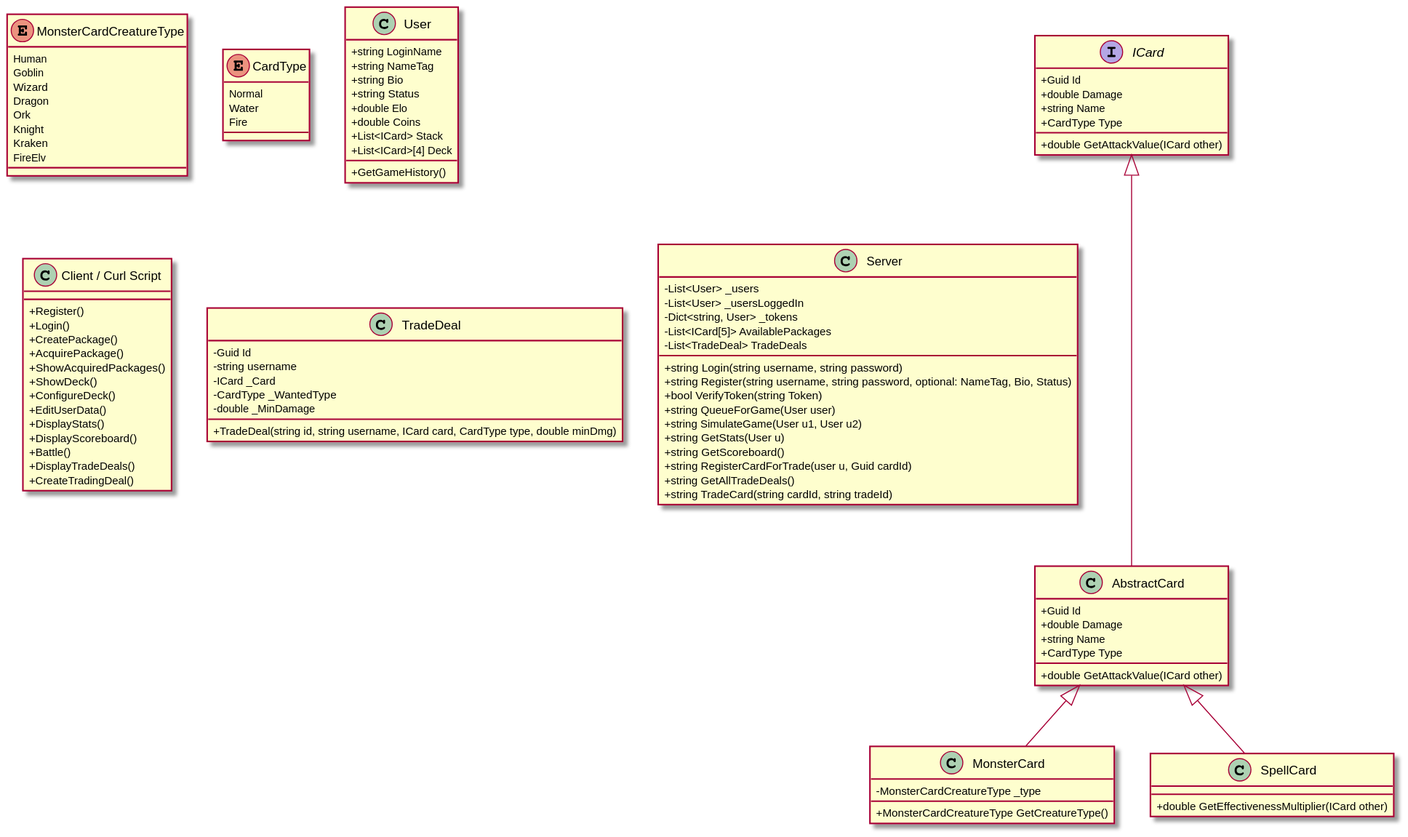
Earlier version of the PlantUML export class_diagram.svg (cellularegg/swe-mtcg).
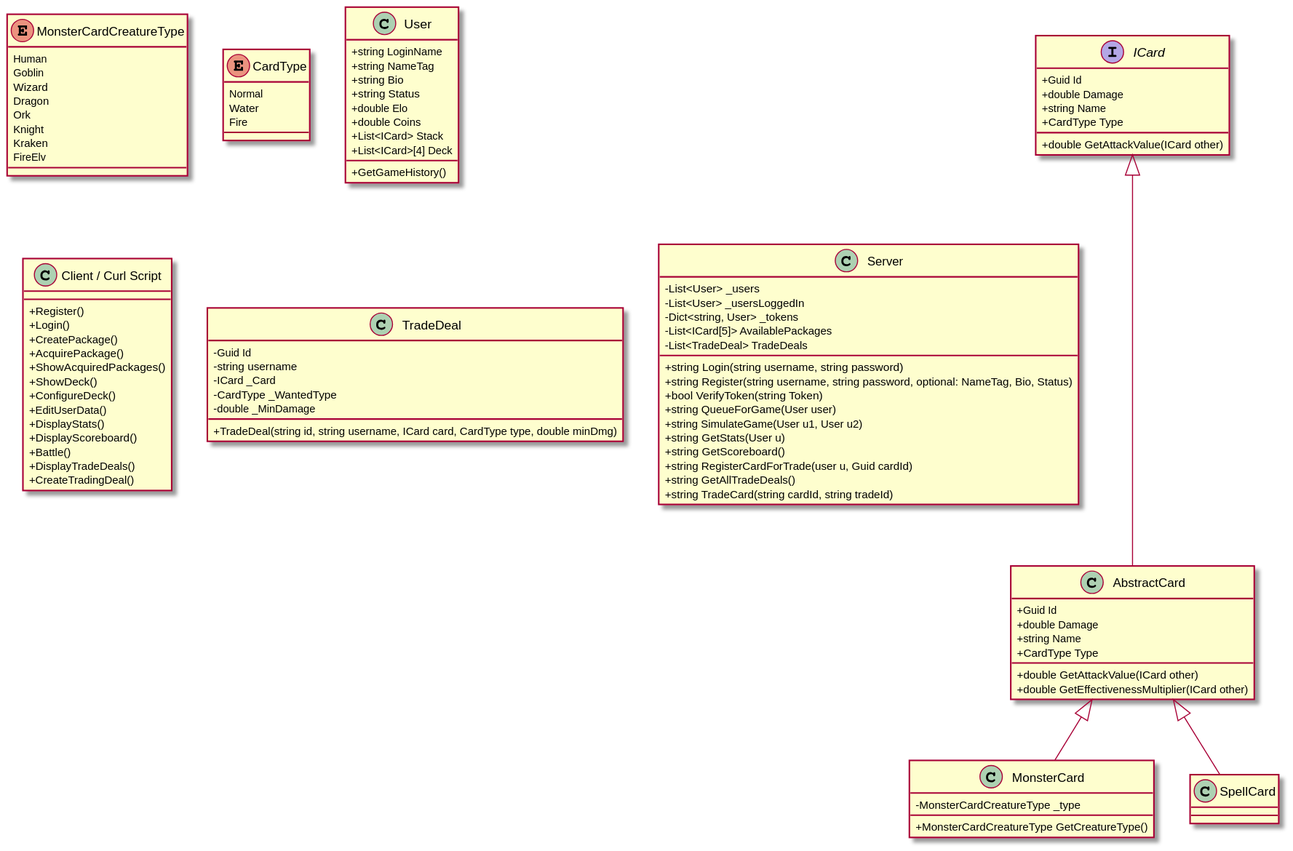
The same file after the commit.

Commit message:
updated class diagram

Change to the diagram source:
```diff
@@ -15,6 +15,7 @@
  +string Name
  +CardType Type
  +double GetAttackValue(ICard other)
+ +double GetEffectivenessMultiplier(ICard other)
 }
 ICard <|--- AbstractCard
 
@@ -34,7 +35,6 @@
 }
 
 class SpellCard{
- +double GetEffectivenessMultiplier(ICard other)
 }
 enum CardType{
  Normal
```
